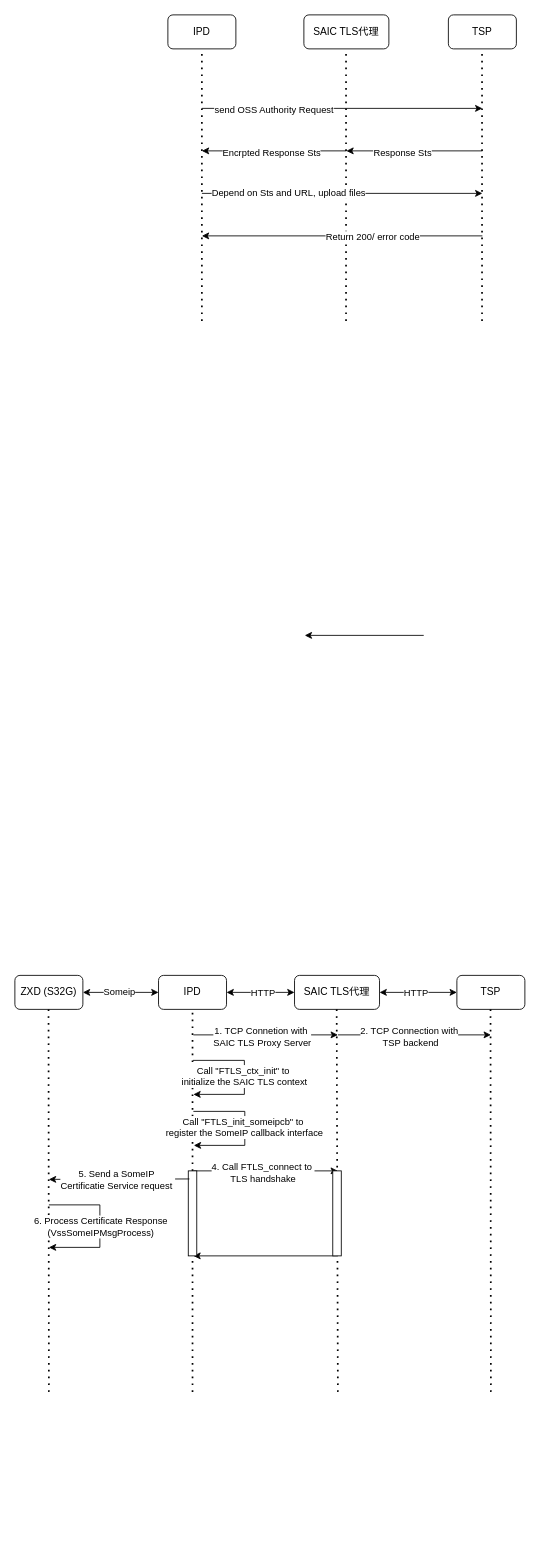
This is HJtodolist.drawio from YuzhouYe/peb, a draw.io file, before an edit. Source tidied: cells renumbered, new cells numbered last; positions are measured from the earlier drawing's top-left corner, leaving out a move shared by most shapes. Both pictures are drawn from the tidied source at 85%, with x=0, y=0 at pixel (14, 14).
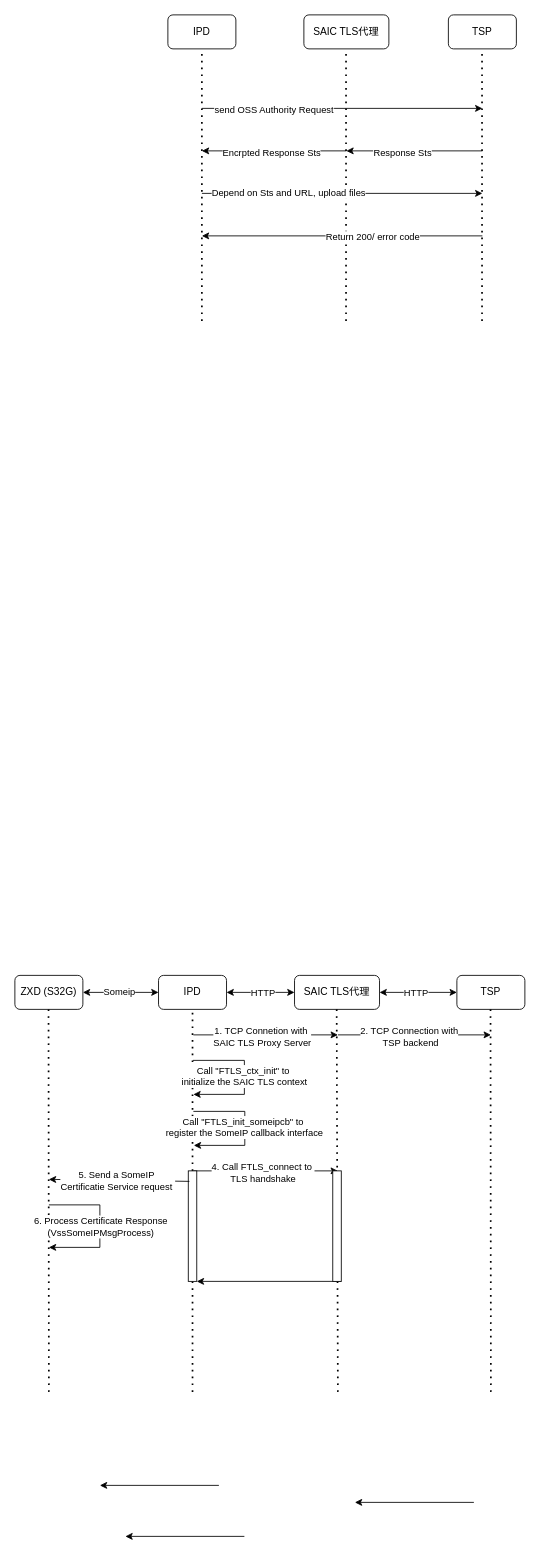
The same diagram, later.

Change to the diagram source:
```diff
@@
     <mxCell id="28" style="endArrow=classic;html=1;rounded=0;" parent="1" edge="1">
       <mxGeometry relative="1" as="geometry">
-        <mxPoint x="380" y="1460" as="sourcePoint" />
-        <mxPoint x="210" y="1460" as="targetPoint" />
+        <mxPoint x="384" y="1490" as="sourcePoint" />
+        <mxPoint x="214" y="1490" as="targetPoint" />
       </mxGeometry>
     </mxCell>
     <mxCell id="29" style="endArrow=classic;html=1;rounded=0;" parent="1" edge="1">
       <mxGeometry relative="1" as="geometry">
-        <mxPoint x="481" y="730" as="sourcePoint" />
-        <mxPoint x="341" y="730" as="targetPoint" />
+        <mxPoint x="240" y="1730" as="sourcePoint" />
+        <mxPoint x="100" y="1730" as="targetPoint" />
       </mxGeometry>
     </mxCell>
@@
     <mxCell id="47" style="rounded=0;whiteSpace=wrap;html=1;" parent="1" vertex="1">
-      <mxGeometry x="204" y="1360" width="10" height="100" as="geometry" />
+      <mxGeometry x="204" y="1360" width="10" height="130" as="geometry" />
     </mxCell>
     <mxCell id="48" style="rounded=0;whiteSpace=wrap;html=1;" parent="1" vertex="1">
-      <mxGeometry x="374" y="1360" width="10" height="100" as="geometry" />
+      <mxGeometry x="374" y="1360" width="10" height="130" as="geometry" />
     </mxCell>
@@
+    <mxCell id="51" style="endArrow=classic;html=1;rounded=0;" parent="1" edge="1">
+      <mxGeometry relative="1" as="geometry">
+        <mxPoint x="540" y="1750" as="sourcePoint" />
+        <mxPoint x="400" y="1750" as="targetPoint" />
+      </mxGeometry>
+    </mxCell>
+    <mxCell id="52" style="endArrow=classic;html=1;rounded=0;" parent="1" edge="1">
+      <mxGeometry relative="1" as="geometry">
+        <mxPoint x="270" y="1790" as="sourcePoint" />
+        <mxPoint x="130" y="1790" as="targetPoint" />
+      </mxGeometry>
+    </mxCell>
```
